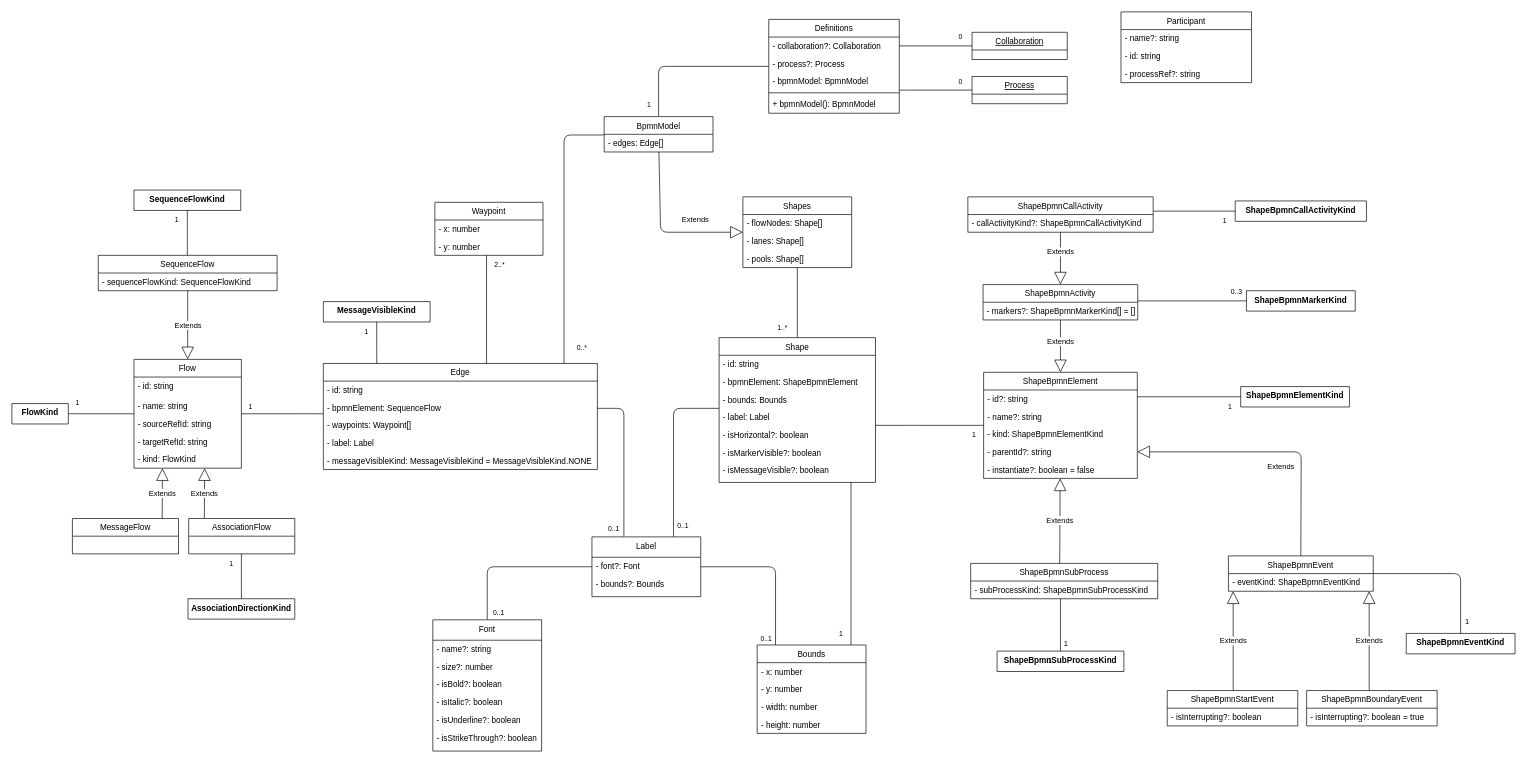
This is docs/architecture/images/architecture/internal-model.drawio from process-analytics/bpmn-visualization-js, a draw.io file, before an edit. Source tidied: cells renumbered, new cells numbered last; positions are measured from the earlier drawing's top-left corner, leaving out a move shared by most shapes. Both pictures are drawn from the tidied source at 68%, with x=0, y=0 at pixel (12, 12).
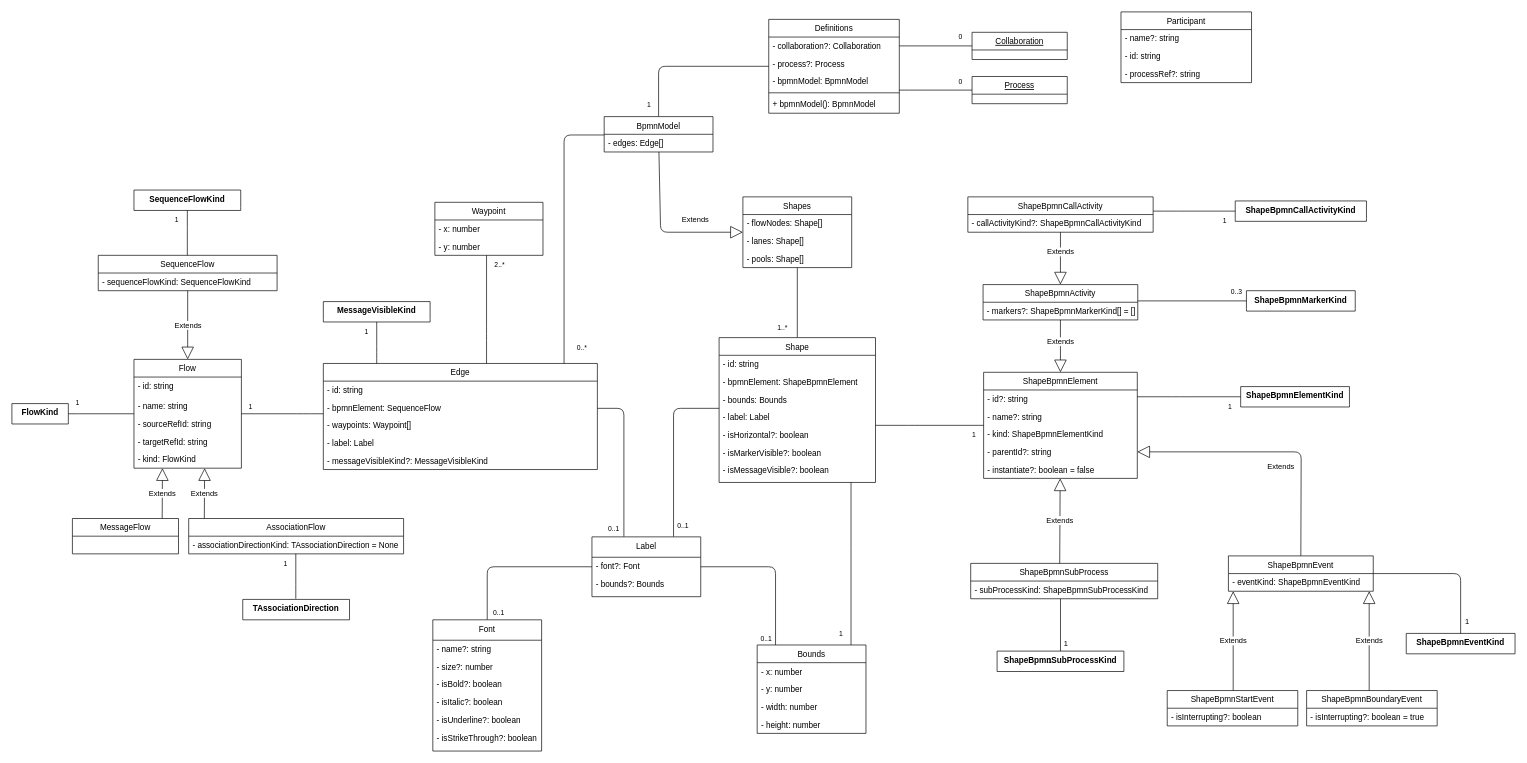
After the change.

Unchanged cells that the change refers to:
```xml
<mxCell id="33" value="Edge" style="swimlane;fontStyle=0;horizontal=1;startSize=26;fillColor=none;shadow=0;" parent="1" vertex="1">
  <mxGeometry x="458" y="517" width="403" height="156" as="geometry" />
</mxCell>
```

Diff of the diagram source:
```diff
@@
-    <mxCell id="38" value="- messageVisibleKind: MessageVisibleKind = MessageVisibleKind.NONE" style="text;strokeColor=none;fillColor=none;align=left;verticalAlign=top;spacingLeft=4;spacingRight=4;overflow=hidden;shadow=0;" parent="33" vertex="1">
+    <mxCell id="38" value="- messageVisibleKind?: MessageVisibleKind" style="text;strokeColor=none;fillColor=none;align=left;verticalAlign=top;spacingLeft=4;spacingRight=4;overflow=hidden;shadow=0;" parent="33" vertex="1">
       <mxGeometry y="130" width="403" height="26" as="geometry" />
     </mxCell>
@@
     <mxCell id="116" value="AssociationFlow" style="swimlane;fontStyle=0;horizontal=1;startSize=26;fillColor=none;shadow=0;" parent="1" vertex="1">
-      <mxGeometry x="260" y="745" width="156" height="52" as="geometry" />
+      <mxGeometry x="260" y="745" width="316" height="52" as="geometry" />
     </mxCell>
+    <mxCell id="146" value="- associationDirectionKind: TAssociationDirection = None" style="text;strokeColor=none;fillColor=none;align=left;verticalAlign=top;spacingLeft=4;spacingRight=4;overflow=hidden;shadow=0;" parent="116" vertex="1">
+      <mxGeometry y="26" width="316" height="26" as="geometry" />
+    </mxCell>
@@
     <mxCell id="119" style="endArrow=none;html=1;edgeStyle=orthogonalEdgeStyle;shadow=0;" parent="1" edge="1">
       <mxGeometry relative="1" as="geometry">
-        <mxPoint x="337.5" y="797" as="sourcePoint" />
-        <mxPoint x="337.5" y="863" as="targetPoint" />
+        <mxPoint x="417.5" y="797" as="sourcePoint" />
+        <mxPoint x="417.5" y="863" as="targetPoint" />
         <Array as="points">
-          <mxPoint x="338" y="832" />
-          <mxPoint x="338" y="832" />
+          <mxPoint x="418" y="832" />
+          <mxPoint x="418" y="832" />
         </Array>
       </mxGeometry>
     </mxCell>
@@
-    <mxCell id="121" value="AssociationDirectionKind" style="swimlane;fontStyle=1;horizontal=1;startSize=26;fillColor=none;swimlaneLine=0;rounded=0;shadow=0;comic=0;glass=0;" parent="1" vertex="1">
-      <mxGeometry x="259" y="863" width="157" height="30" as="geometry" />
-    </mxCell>
@@
+    <mxCell id="121" value="TAssociationDirection" style="swimlane;fontStyle=1;horizontal=1;startSize=26;fillColor=none;swimlaneLine=0;rounded=0;shadow=0;comic=0;glass=0;" parent="1" vertex="1">
+      <mxGeometry x="339.5" y="864" width="157" height="30" as="geometry" />
+    </mxCell>
```
